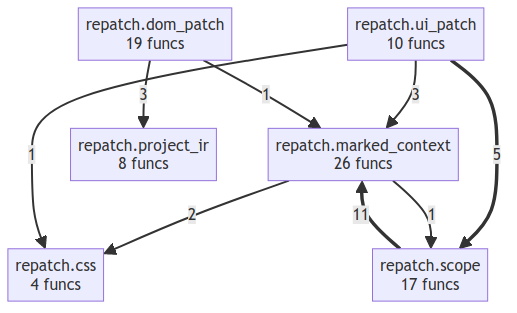
This is project/compact_flow.png from semcod/repatch, a Mermaid export, as it was before one commit. Its source is kept beside it as project/compact_flow.mmd. Source of this version:
```mermaid
flowchart TD
    repatch__css["repatch.css<br/>4 funcs"]
    repatch__dom_patch["repatch.dom_patch<br/>19 funcs"]
    repatch__marked_context["repatch.marked_context<br/>26 funcs"]
    repatch__project_ir["repatch.project_ir<br/>8 funcs"]
    repatch__scope["repatch.scope<br/>17 funcs"]
    repatch__ui_patch["repatch.ui_patch<br/>10 funcs"]
    repatch__scope ==>|11| repatch__marked_context
    repatch__ui_patch ==>|5| repatch__scope
    repatch__dom_patch -->|3| repatch__project_ir
    repatch__ui_patch -->|3| repatch__marked_context
    repatch__marked_context -->|2| repatch__css
    repatch__dom_patch -->|1| repatch__marked_context
    repatch__marked_context -->|1| repatch__scope
    repatch__ui_patch -->|1| repatch__css
```
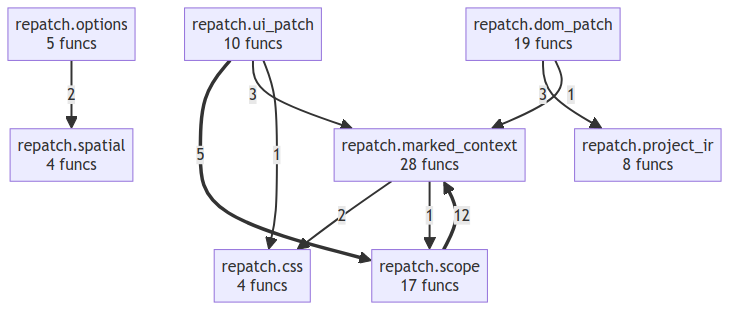
After the change.

What changed in the source:
```diff
@@ -1,15 +1,18 @@
 flowchart TD
     repatch__css["repatch.css<br/>4 funcs"]
     repatch__dom_patch["repatch.dom_patch<br/>19 funcs"]
-    repatch__marked_context["repatch.marked_context<br/>26 funcs"]
+    repatch__marked_context["repatch.marked_context<br/>28 funcs"]
+    repatch__options["repatch.options<br/>5 funcs"]
     repatch__project_ir["repatch.project_ir<br/>8 funcs"]
     repatch__scope["repatch.scope<br/>17 funcs"]
+    repatch__spatial["repatch.spatial<br/>4 funcs"]
     repatch__ui_patch["repatch.ui_patch<br/>10 funcs"]
-    repatch__scope ==>|11| repatch__marked_context
+    repatch__scope ==>|12| repatch__marked_context
     repatch__ui_patch ==>|5| repatch__scope
     repatch__dom_patch -->|3| repatch__project_ir
     repatch__ui_patch -->|3| repatch__marked_context
     repatch__marked_context -->|2| repatch__css
+    repatch__options -->|2| repatch__spatial
     repatch__dom_patch -->|1| repatch__marked_context
     repatch__marked_context -->|1| repatch__scope
     repatch__ui_patch -->|1| repatch__css
```
